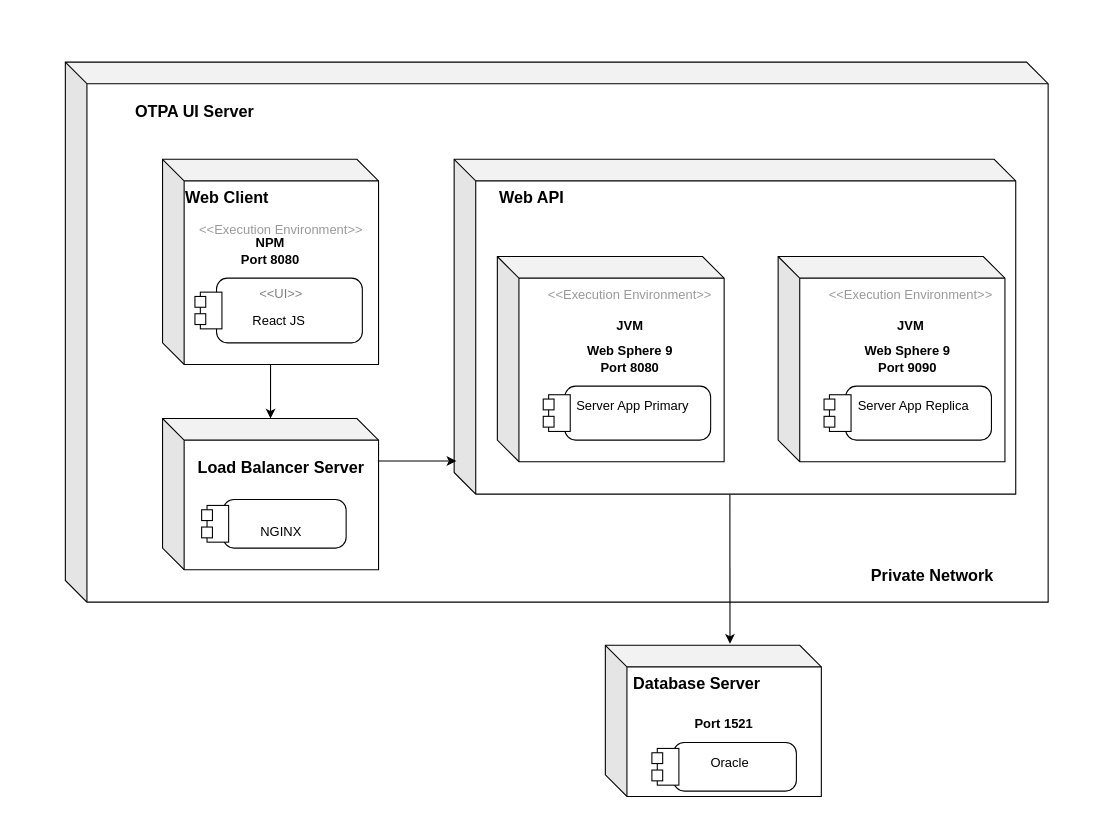
dieunguyen2003/deploycode keeps this draw.io diagram as process diagram.drawio. Above is the earlier version. Source tidied: cells renumbered, new cells numbered last; positions are measured from the earlier drawing's top-left corner, leaving out a move shared by most shapes. Both pictures are drawn from the tidied source at 108%, with x=0, y=0 at pixel (65, 62).
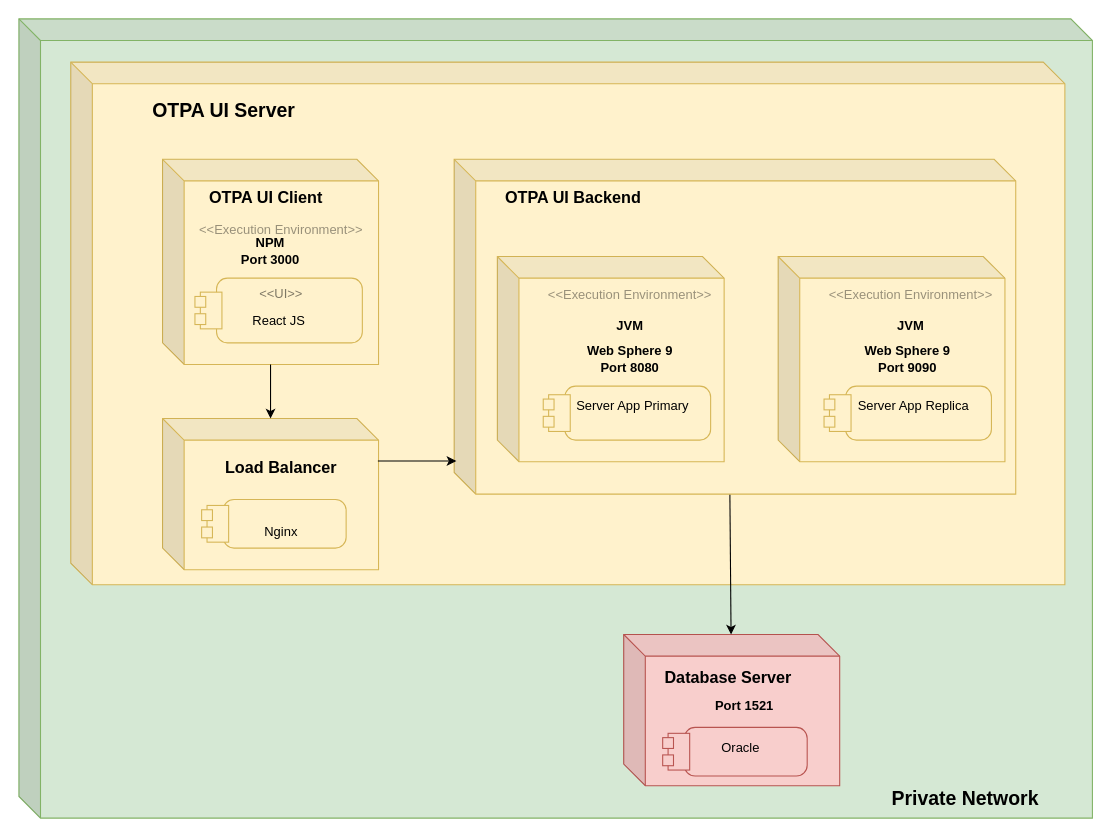
Above is the later version.

Change to the diagram source:
```diff
@@
+    <mxCell id="36" style="shape=cube;whiteSpace=wrap;html=1;boundedLbl=1;backgroundOutline=1;darkOpacity=0.05;darkOpacity2=0.1;fillColor=#d5e8d4;strokeColor=#82b366;" parent="1" vertex="1">
+      <mxGeometry x="-43" y="-40" width="994" height="740" as="geometry" />
+    </mxCell>
-    <mxCell id="2" style="shape=cube;whiteSpace=wrap;html=1;boundedLbl=1;backgroundOutline=1;darkOpacity=0.05;darkOpacity2=0.1;" parent="1" vertex="1">
-      <mxGeometry width="910" height="500" as="geometry" />
+    <mxCell id="2" style="shape=cube;whiteSpace=wrap;html=1;boundedLbl=1;backgroundOutline=1;darkOpacity=0.05;darkOpacity2=0.1;fillColor=#fff2cc;strokeColor=#d6b656;" parent="1" vertex="1">
+      <mxGeometry x="5" width="920.5" height="484" as="geometry" />
     </mxCell>
-    <mxCell id="3" style="shape=cube;whiteSpace=wrap;html=1;boundedLbl=1;backgroundOutline=1;darkOpacity=0.05;darkOpacity2=0.1;" parent="1" vertex="1">
+    <mxCell id="3" style="shape=cube;whiteSpace=wrap;html=1;boundedLbl=1;backgroundOutline=1;darkOpacity=0.05;darkOpacity2=0.1;fillColor=#fff2cc;strokeColor=#d6b656;" parent="1" vertex="1">
       <mxGeometry x="360" y="90" width="520" height="310" as="geometry" />
     </mxCell>
-    <mxCell id="4" style="shape=cube;whiteSpace=wrap;html=1;boundedLbl=1;backgroundOutline=1;darkOpacity=0.05;darkOpacity2=0.1;" parent="1" vertex="1">
+    <mxCell id="4" style="shape=cube;whiteSpace=wrap;html=1;boundedLbl=1;backgroundOutline=1;darkOpacity=0.05;darkOpacity2=0.1;fillColor=#fff2cc;strokeColor=#d6b656;" parent="1" vertex="1">
       <mxGeometry x="400" y="180" width="210" height="190" as="geometry" />
     </mxCell>
-    <mxCell id="5" value="Server App Primary" style="shape=mxgraph.uml25.actionParams;html=1;align=center;verticalAlign=top;absoluteArcSize=1;arcSize=10;dashed=0;spacingLeft=10;spacingTop=5;" parent="1" vertex="1">
+    <mxCell id="5" value="Server App Primary" style="shape=mxgraph.uml25.actionParams;html=1;align=center;verticalAlign=top;absoluteArcSize=1;arcSize=10;dashed=0;spacingLeft=10;spacingTop=5;fillColor=#fff2cc;strokeColor=#d6b656;" parent="1" vertex="1">
       <mxGeometry x="442.5" y="300" width="155" height="50" as="geometry" />
     </mxCell>
@@
-    <mxCell id="9" style="shape=cube;whiteSpace=wrap;html=1;boundedLbl=1;backgroundOutline=1;darkOpacity=0.05;darkOpacity2=0.1;" parent="1" vertex="1">
+    <mxCell id="9" style="shape=cube;whiteSpace=wrap;html=1;boundedLbl=1;backgroundOutline=1;darkOpacity=0.05;darkOpacity2=0.1;fillColor=#fff2cc;strokeColor=#d6b656;" parent="1" vertex="1">
       <mxGeometry x="660" y="180" width="210" height="190" as="geometry" />
     </mxCell>
-    <mxCell id="10" value="Server App Replica" style="shape=mxgraph.uml25.actionParams;html=1;align=center;verticalAlign=top;absoluteArcSize=1;arcSize=10;dashed=0;spacingLeft=10;spacingTop=5;" parent="1" vertex="1">
+    <mxCell id="10" value="Server App Replica" style="shape=mxgraph.uml25.actionParams;html=1;align=center;verticalAlign=top;absoluteArcSize=1;arcSize=10;dashed=0;spacingLeft=10;spacingTop=5;fillColor=#fff2cc;strokeColor=#d6b656;" parent="1" vertex="1">
       <mxGeometry x="702.5" y="300" width="155" height="50" as="geometry" />
     </mxCell>
@@
-    <mxCell id="13" value="&lt;b&gt;&lt;font style=&quot;font-size: 15px;&quot;&gt;&amp;nbsp;Web API&lt;/font&gt;&lt;/b&gt;" style="text;html=1;strokeColor=none;fillColor=none;align=center;verticalAlign=middle;whiteSpace=wrap;rounded=0;shadow=0;opacity=0;" parent="1" vertex="1">
-      <mxGeometry x="380" y="110" width="100" height="30" as="geometry" />
+    <mxCell id="13" value="&lt;b&gt;&lt;font style=&quot;font-size: 15px;&quot;&gt;OTPA UI Backend&lt;/font&gt;&lt;/b&gt;" style="text;html=1;strokeColor=none;fillColor=none;align=center;verticalAlign=middle;whiteSpace=wrap;rounded=0;shadow=0;opacity=0;" parent="1" vertex="1">
+      <mxGeometry x="380" y="110" width="181" height="30" as="geometry" />
     </mxCell>
-    <mxCell id="14" style="shape=cube;whiteSpace=wrap;html=1;boundedLbl=1;backgroundOutline=1;darkOpacity=0.05;darkOpacity2=0.1;" parent="1" vertex="1">
+    <mxCell id="14" style="shape=cube;whiteSpace=wrap;html=1;boundedLbl=1;backgroundOutline=1;darkOpacity=0.05;darkOpacity2=0.1;fillColor=#fff2cc;strokeColor=#d6b656;" parent="1" vertex="1">
       <mxGeometry x="90" y="90" width="200" height="190" as="geometry" />
     </mxCell>
-    <mxCell id="15" value="&lt;b&gt;&lt;font style=&quot;font-size: 15px;&quot;&gt;Web Client&lt;/font&gt;&lt;/b&gt;" style="text;html=1;strokeColor=none;fillColor=none;align=center;verticalAlign=middle;whiteSpace=wrap;rounded=0;shadow=0;fontSize=12;opacity=0;" parent="1" vertex="1">
-      <mxGeometry x="110" y="110" width="80" height="30" as="geometry" />
+    <mxCell id="15" value="&lt;b&gt;&lt;font style=&quot;font-size: 15px;&quot;&gt;OTPA UI Client&lt;/font&gt;&lt;/b&gt;" style="text;html=1;strokeColor=#d6b656;fillColor=#fff2cc;align=center;verticalAlign=middle;whiteSpace=wrap;rounded=0;shadow=0;fontSize=12;opacity=0;" parent="1" vertex="1">
+      <mxGeometry x="110" y="110" width="152" height="30" as="geometry" />
     </mxCell>
@@
-    <mxCell id="17" value="&lt;b&gt;NPM&lt;br&gt;Port 8080&lt;/b&gt;" style="text;html=1;strokeColor=none;fillColor=none;align=center;verticalAlign=middle;whiteSpace=wrap;rounded=0;" parent="1" vertex="1">
+    <mxCell id="17" value="&lt;b&gt;NPM&lt;br&gt;Port 3000&lt;/b&gt;" style="text;html=1;strokeColor=none;fillColor=none;align=center;verticalAlign=middle;whiteSpace=wrap;rounded=0;" parent="1" vertex="1">
       <mxGeometry x="110" y="160" width="160" height="30" as="geometry" />
     </mxCell>
@@
-    <mxCell id="19" style="shape=mxgraph.uml25.actionParams;html=1;align=center;verticalAlign=top;absoluteArcSize=1;arcSize=10;dashed=0;spacingLeft=10;spacingTop=5;" parent="1" vertex="1">
+    <mxCell id="19" style="shape=mxgraph.uml25.actionParams;html=1;align=center;verticalAlign=top;absoluteArcSize=1;arcSize=10;dashed=0;spacingLeft=10;spacingTop=5;fillColor=#fff2cc;strokeColor=#d6b656;" parent="1" vertex="1">
       <mxGeometry x="120" y="200" width="155" height="60" as="geometry" />
     </mxCell>
@@
-    <mxCell id="22" style="shape=cube;whiteSpace=wrap;html=1;boundedLbl=1;backgroundOutline=1;darkOpacity=0.05;darkOpacity2=0.1;" parent="1" vertex="1">
+    <mxCell id="22" style="shape=cube;whiteSpace=wrap;html=1;boundedLbl=1;backgroundOutline=1;darkOpacity=0.05;darkOpacity2=0.1;fillColor=#fff2cc;strokeColor=#d6b656;" parent="1" vertex="1">
       <mxGeometry x="90" y="330" width="200" height="140" as="geometry" />
     </mxCell>
-    <mxCell id="23" style="shape=mxgraph.uml25.actionParams;html=1;align=center;verticalAlign=top;absoluteArcSize=1;arcSize=10;dashed=0;spacingLeft=10;spacingTop=5;" parent="1" vertex="1">
+    <mxCell id="23" style="shape=mxgraph.uml25.actionParams;html=1;align=center;verticalAlign=top;absoluteArcSize=1;arcSize=10;dashed=0;spacingLeft=10;spacingTop=5;fillColor=#fff2cc;strokeColor=#d6b656;" parent="1" vertex="1">
       <mxGeometry x="126.2" y="405" width="133.8" height="45" as="geometry" />
     </mxCell>
-    <mxCell id="24" value="NGINX" style="text;html=1;strokeColor=none;fillColor=none;align=center;verticalAlign=middle;whiteSpace=wrap;rounded=0;shadow=0;fontSize=12;opacity=0;" parent="1" vertex="1">
+    <mxCell id="24" value="Nginx" style="text;html=1;strokeColor=none;fillColor=none;align=center;verticalAlign=middle;whiteSpace=wrap;rounded=0;shadow=0;fontSize=12;opacity=0;" parent="1" vertex="1">
       <mxGeometry x="170" y="420" width="60" height="30" as="geometry" />
     </mxCell>
-    <mxCell id="25" value="&lt;font style=&quot;font-size: 15px;&quot;&gt;Load Balancer Server&lt;/font&gt;" style="text;html=1;strokeColor=none;fillColor=none;align=center;verticalAlign=middle;whiteSpace=wrap;rounded=0;shadow=0;fontSize=12;opacity=0;fontStyle=1;" parent="1" vertex="1">
+    <mxCell id="25" value="&lt;font style=&quot;font-size: 15px;&quot;&gt;Load Balancer&lt;/font&gt;" style="text;html=1;strokeColor=none;fillColor=none;align=center;verticalAlign=middle;whiteSpace=wrap;rounded=0;shadow=0;fontSize=12;opacity=0;fontStyle=1;" parent="1" vertex="1">
       <mxGeometry x="120" y="360" width="160" height="30" as="geometry" />
     </mxCell>
-    <mxCell id="26" style="shape=cube;whiteSpace=wrap;html=1;boundedLbl=1;backgroundOutline=1;darkOpacity=0.05;darkOpacity2=0.1;" parent="1" vertex="1">
-      <mxGeometry x="500" y="540" width="200" height="140" as="geometry" />
+    <mxCell id="26" style="shape=cube;whiteSpace=wrap;html=1;boundedLbl=1;backgroundOutline=1;darkOpacity=0.05;darkOpacity2=0.1;fillColor=#f8cecc;strokeColor=#b85450;" parent="1" vertex="1">
+      <mxGeometry x="517" y="530" width="200" height="140" as="geometry" />
     </mxCell>
-    <mxCell id="27" value="&lt;font style=&quot;font-size: 15px;&quot;&gt;Database Server&lt;/font&gt;" style="text;html=1;strokeColor=none;fillColor=none;align=center;verticalAlign=middle;whiteSpace=wrap;rounded=0;shadow=0;fontSize=12;opacity=0;fontStyle=1;" parent="1" vertex="1">
-      <mxGeometry x="520" y="560" width="130" height="30" as="geometry" />
-    </mxCell>
-    <mxCell id="28" value="Oracle" style="shape=mxgraph.uml25.actionParams;html=1;align=center;verticalAlign=top;absoluteArcSize=1;arcSize=10;dashed=0;spacingLeft=10;spacingTop=5;" parent="1" vertex="1">
-      <mxGeometry x="543.1" y="630" width="133.8" height="45" as="geometry" />
-    </mxCell>
-    <mxCell id="29" value="&lt;b&gt;&lt;br&gt;Port 1521&lt;/b&gt;" style="text;html=1;strokeColor=none;fillColor=none;align=center;verticalAlign=middle;whiteSpace=wrap;rounded=0;" parent="1" vertex="1">
-      <mxGeometry x="530" y="590" width="160" height="30" as="geometry" />
-    </mxCell>
@@
-    <mxCell id="32" style="endArrow=classic;html=1;rounded=0;fontSize=15;exitX=0.491;exitY=1.002;exitDx=0;exitDy=0;exitPerimeter=0;entryX=0.577;entryY=-0.01;entryDx=0;entryDy=0;entryPerimeter=0;" parent="1" edge="1" source="3" target="26">
+    <mxCell id="32" style="endArrow=classic;html=1;rounded=0;fontSize=15;exitX=0.491;exitY=1.002;exitDx=0;exitDy=0;exitPerimeter=0;" parent="1" edge="1" source="3" target="26">
       <mxGeometry relative="1" as="geometry" />
     </mxCell>
@@
-    <mxCell id="34" value="OTPA UI Server" style="text;html=1;strokeColor=none;fillColor=none;align=center;verticalAlign=middle;whiteSpace=wrap;rounded=0;shadow=0;fontSize=15;opacity=0;fontStyle=1;" parent="1" vertex="1">
-      <mxGeometry x="60" y="30" width="120" height="30" as="geometry" />
+    <mxCell id="34" value="OTPA UI Server" style="text;html=1;strokeColor=none;fillColor=none;align=center;verticalAlign=middle;whiteSpace=wrap;rounded=0;shadow=0;fontSize=18;opacity=0;fontStyle=1;" parent="1" vertex="1">
+      <mxGeometry x="60" y="30" width="174" height="30" as="geometry" />
     </mxCell>
-    <mxCell id="35" value="Private Network" style="text;html=1;strokeColor=none;fillColor=none;align=center;verticalAlign=middle;whiteSpace=wrap;rounded=0;shadow=0;fontSize=15;opacity=0;fontStyle=1;" parent="1" vertex="1">
-      <mxGeometry x="742.5" y="460" width="120" height="30" as="geometry" />
+    <mxCell id="35" value="Private Network" style="text;html=1;strokeColor=none;fillColor=none;align=center;verticalAlign=middle;whiteSpace=wrap;rounded=0;shadow=0;fontSize=18;opacity=0;fontStyle=1;" parent="1" vertex="1">
+      <mxGeometry x="740.5" y="667" width="185" height="30" as="geometry" />
     </mxCell>
+    <mxCell id="27" value="&lt;font style=&quot;font-size: 15px;&quot;&gt;Database Server&lt;/font&gt;" style="text;html=1;strokeColor=none;fillColor=none;align=center;verticalAlign=middle;whiteSpace=wrap;rounded=0;shadow=0;fontSize=12;opacity=0;fontStyle=1;" parent="1" vertex="1">
+      <mxGeometry x="549" y="554" width="130" height="30" as="geometry" />
+    </mxCell>
+    <mxCell id="29" value="&lt;b&gt;&lt;br&gt;Port 1521&lt;/b&gt;" style="text;html=1;strokeColor=none;fillColor=none;align=center;verticalAlign=middle;whiteSpace=wrap;rounded=0;" parent="1" vertex="1">
+      <mxGeometry x="549" y="573" width="160" height="30" as="geometry" />
+    </mxCell>
+    <mxCell id="28" value="Oracle" style="shape=mxgraph.uml25.actionParams;html=1;align=center;verticalAlign=top;absoluteArcSize=1;arcSize=10;dashed=0;spacingLeft=10;spacingTop=5;fillColor=#f8cecc;strokeColor=#b85450;" parent="1" vertex="1">
+      <mxGeometry x="553.1" y="616" width="133.8" height="45" as="geometry" />
+    </mxCell>
```
